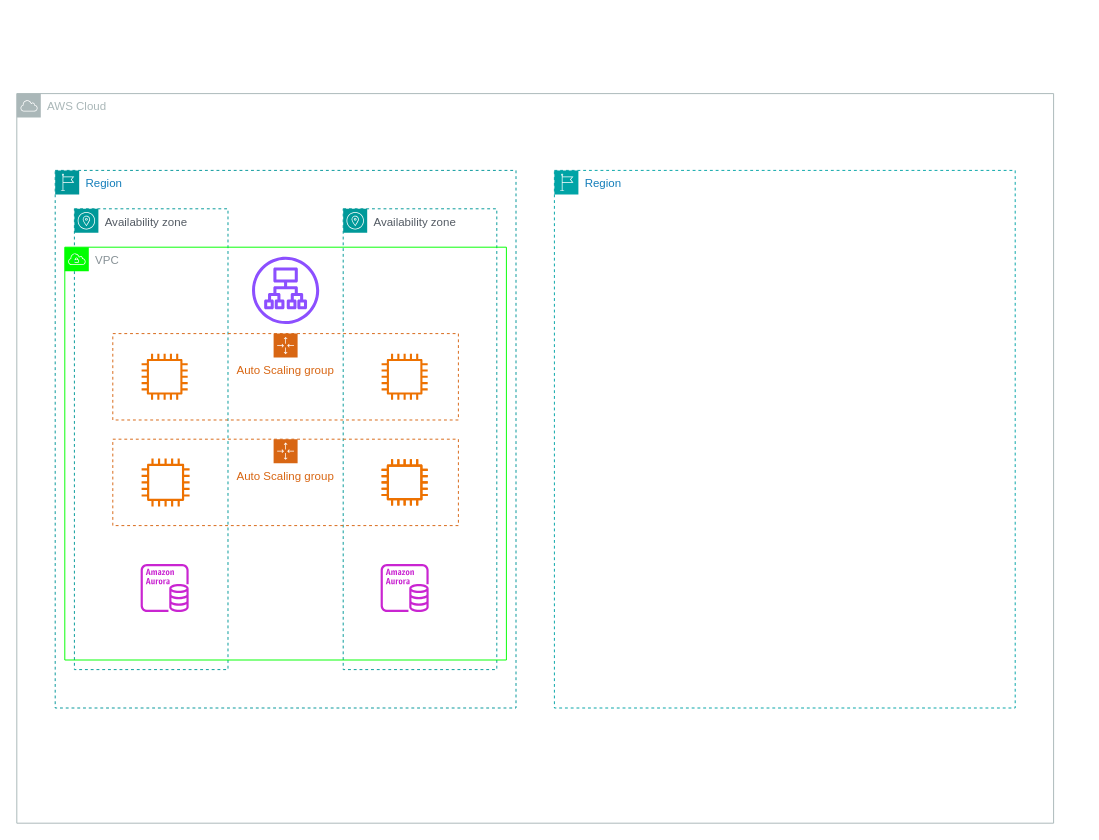
ehoang0106/multi-region-recovery-terraform keeps this draw.io diagram as new.drawio. Above is the earlier version. Source tidied: cells renumbered, new cells numbered last; positions are measured from the earlier drawing's top-left corner, leaving out a move shared by most shapes. Both pictures are drawn from the tidied source at 96%, with x=0, y=0 at pixel (16, 93).
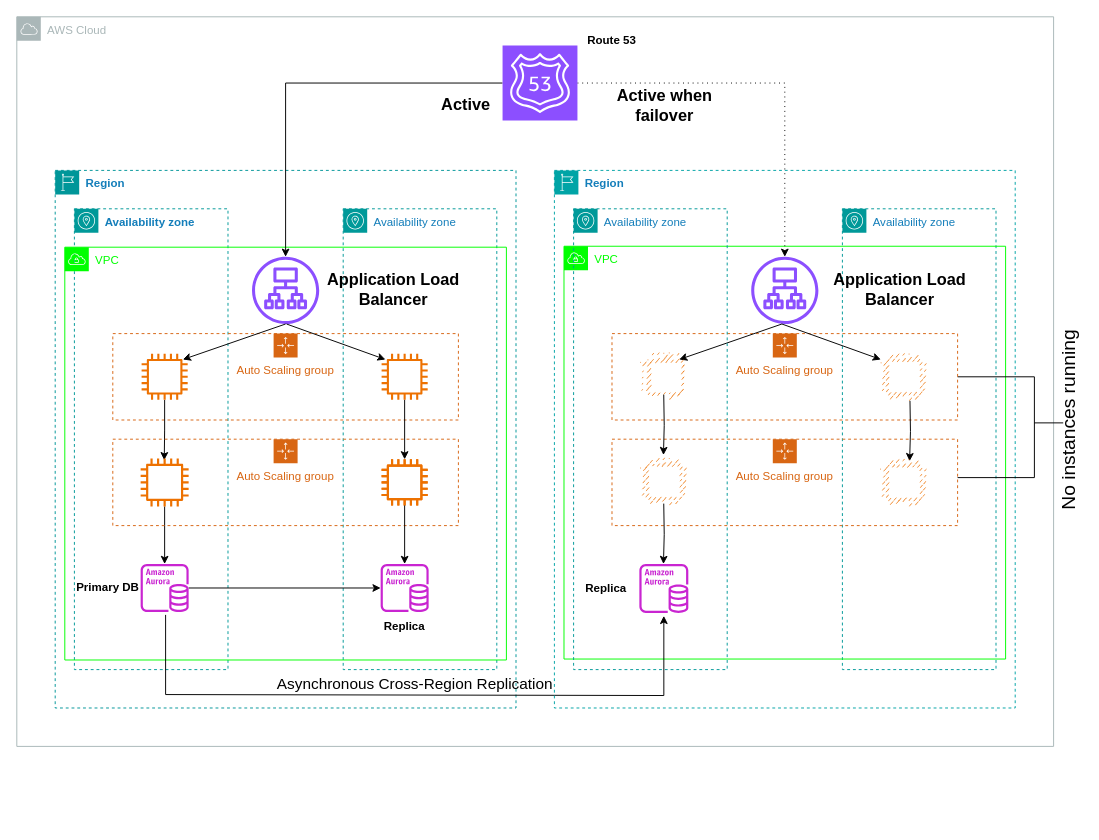
The same page after the edit.

Unchanged cells that the change refers to:
```xml
<mxCell id="7" style="sketch=0;outlineConnect=0;fontColor=#232F3E;gradientColor=none;fillColor=#8C4FFF;strokeColor=none;dashed=0;verticalLabelPosition=bottom;verticalAlign=top;align=center;html=1;fontSize=12;fontStyle=0;shape=mxgraph.aws4.application_load_balancer;" parent="3" vertex="1">
  <mxGeometry x="205" y="90" width="70" height="70" as="geometry" />
</mxCell>
<mxCell id="8" value="Auto Scaling group" style="gradientColor=none;html=1;whiteSpace=wrap;fontSize=12;fontStyle=0;shape=mxgraph.aws4.groupCenter;grIcon=mxgraph.aws4.group_auto_scaling_group;grStroke=1;strokeColor=#D86613;fillColor=none;verticalAlign=top;align=center;fontColor=#D86613;dashed=1;spacingTop=25;direction=east;movableLabel=1;" parent="3" vertex="1">
  <mxGeometry x="60" y="170" width="360" height="90" as="geometry" />
</mxCell>
<mxCell id="9" style="sketch=0;outlineConnect=0;fontColor=#232F3E;gradientColor=none;fillColor=#ED7100;strokeColor=none;dashed=0;verticalLabelPosition=bottom;verticalAlign=top;align=center;html=1;fontSize=12;fontStyle=0;shape=mxgraph.aws4.instance2;" parent="8" vertex="1">
  <mxGeometry x="280" y="21" width="48" height="48" as="geometry" />
</mxCell>
<mxCell id="10" style="sketch=0;outlineConnect=0;fontColor=#232F3E;gradientColor=none;fillColor=#ED7100;strokeColor=none;dashed=0;verticalLabelPosition=bottom;verticalAlign=top;align=center;html=1;fontSize=12;fontStyle=0;shape=mxgraph.aws4.instance2;" parent="3" vertex="1">
  <mxGeometry x="90" y="191" width="48" height="48" as="geometry" />
</mxCell>
<mxCell id="14" style="sketch=0;outlineConnect=0;fontColor=#232F3E;gradientColor=none;fillColor=#ED7100;strokeColor=none;dashed=0;verticalLabelPosition=bottom;verticalAlign=top;align=center;html=1;fontSize=12;fontStyle=0;shape=mxgraph.aws4.instance2;" parent="13" vertex="1">
  <mxGeometry x="280" y="21" width="48" height="48" as="geometry" />
</mxCell>
<mxCell id="15" style="sketch=0;outlineConnect=0;fontColor=#232F3E;gradientColor=none;fillColor=#C925D1;strokeColor=none;dashed=0;verticalLabelPosition=bottom;verticalAlign=top;align=center;html=1;fontSize=12;fontStyle=0;shape=mxgraph.aws4.aurora_instance;" parent="3" vertex="1">
  <mxGeometry x="89" y="410" width="50" height="50" as="geometry" />
</mxCell>
<mxCell id="16" style="sketch=0;outlineConnect=0;fontColor=#232F3E;gradientColor=none;fillColor=#C925D1;strokeColor=none;dashed=0;verticalLabelPosition=bottom;verticalAlign=top;align=center;html=1;fontSize=12;fontStyle=0;shape=mxgraph.aws4.aurora_instance;" parent="3" vertex="1">
  <mxGeometry x="339" y="410" width="50" height="50" as="geometry" />
</mxCell>
```

The edit, as a diff of the source:
```diff
@@
     <mxCell id="2" value="AWS Cloud" style="sketch=0;gradientColor=none;html=1;whiteSpace=wrap;fontSize=12;fontStyle=0;shape=mxgraph.aws4.group;grIcon=mxgraph.aws4.group_aws_cloud;strokeColor=#AAB7B8;fillColor=none;verticalAlign=top;align=left;spacingLeft=30;fontColor=#AAB7B8;dashed=0;" parent="1" vertex="1">
-      <mxGeometry width="1080" height="760" as="geometry" />
+      <mxGeometry y="-80" width="1080" height="760" as="geometry" />
     </mxCell>
-    <mxCell id="3" value="Region" style="gradientColor=none;html=1;whiteSpace=wrap;fontSize=12;fontStyle=0;shape=mxgraph.aws4.group;grIcon=mxgraph.aws4.group_region;strokeColor=light-dark(#009699, #0f9c9e);fillColor=none;verticalAlign=top;align=left;spacingLeft=30;fontColor=#147EBA;dashed=1;" parent="1" vertex="1">
+    <mxCell id="3" value="&lt;b&gt;Region&lt;/b&gt;" style="gradientColor=none;html=1;whiteSpace=wrap;fontSize=12;fontStyle=0;shape=mxgraph.aws4.group;grIcon=mxgraph.aws4.group_region;strokeColor=light-dark(#009699, #0f9c9e);fillColor=none;verticalAlign=top;align=left;spacingLeft=30;fontColor=#147EBA;dashed=1;" parent="1" vertex="1">
       <mxGeometry x="40" y="80" width="480" height="560" as="geometry" />
     </mxCell>
-    <mxCell id="4" value="Availability zone" style="sketch=0;gradientColor=none;html=1;whiteSpace=wrap;fontSize=12;fontStyle=0;shape=mxgraph.aws4.group;grIcon=mxgraph.aws4.group_availability_zone;strokeColor=#009999;fillColor=none;verticalAlign=top;align=left;spacingLeft=30;fontColor=#545B64;dashed=1;" parent="3" vertex="1">
+    <mxCell id="4" value="&lt;b&gt;&lt;font style=&quot;color: rgb(20, 126, 186);&quot;&gt;Availability zone&lt;/font&gt;&lt;/b&gt;" style="sketch=0;gradientColor=none;html=1;whiteSpace=wrap;fontSize=12;fontStyle=0;shape=mxgraph.aws4.group;grIcon=mxgraph.aws4.group_availability_zone;strokeColor=#009999;fillColor=none;verticalAlign=top;align=left;spacingLeft=30;fontColor=#545B64;dashed=1;" parent="3" vertex="1">
       <mxGeometry x="20" y="40" width="160" height="480" as="geometry" />
     </mxCell>
-    <mxCell id="5" value="Availability zone" style="sketch=0;gradientColor=none;html=1;whiteSpace=wrap;fontSize=12;fontStyle=0;shape=mxgraph.aws4.group;grIcon=mxgraph.aws4.group_availability_zone;strokeColor=#009999;fillColor=none;verticalAlign=top;align=left;spacingLeft=30;fontColor=#545B64;dashed=1;" parent="3" vertex="1">
+    <mxCell id="5" value="&lt;font style=&quot;color: rgb(20, 126, 186);&quot;&gt;Availability zone&lt;/font&gt;" style="sketch=0;gradientColor=none;html=1;whiteSpace=wrap;fontSize=12;fontStyle=0;shape=mxgraph.aws4.group;grIcon=mxgraph.aws4.group_availability_zone;strokeColor=#009999;fillColor=none;verticalAlign=top;align=left;spacingLeft=30;fontColor=#545B64;dashed=1;" parent="3" vertex="1">
       <mxGeometry x="300" y="40" width="160" height="480" as="geometry" />
     </mxCell>
-    <mxCell id="6" value="VPC" style="sketch=0;gradientColor=none;html=1;whiteSpace=wrap;fontSize=12;fontStyle=0;shape=mxgraph.aws4.group;grIcon=mxgraph.aws4.group_vpc;strokeColor=#00FF00;fillColor=none;verticalAlign=top;align=left;spacingLeft=30;fontColor=#879196;dashed=0;" parent="3" vertex="1">
+    <mxCell id="6" value="&lt;font style=&quot;color: rgb(0, 255, 0);&quot;&gt;VPC&lt;/font&gt;" style="sketch=0;gradientColor=none;html=1;whiteSpace=wrap;fontSize=12;fontStyle=0;shape=mxgraph.aws4.group;grIcon=mxgraph.aws4.group_vpc;strokeColor=#00FF00;fillColor=none;verticalAlign=top;align=left;spacingLeft=30;fontColor=#879196;dashed=0;" parent="3" vertex="1">
       <mxGeometry x="10" y="80" width="460" height="430" as="geometry" />
     </mxCell>
@@
+    <mxCell id="18" style="endArrow=none;html=1;rounded=0;startArrow=classic;startFill=1;" parent="8" edge="1">
+      <mxGeometry relative="1" as="geometry">
+        <mxPoint x="284" y="27" as="sourcePoint" />
+        <mxPoint x="181" y="-10" as="targetPoint" />
+      </mxGeometry>
+    </mxCell>
+    <mxCell id="19" style="edgeStyle=orthogonalEdgeStyle;rounded=0;jettySize=auto;html=1;" parent="3" edge="1" source="10">
+      <mxGeometry relative="1" as="geometry">
+        <mxPoint x="113.6" y="301.9" as="targetPoint" />
+      </mxGeometry>
+    </mxCell>
@@
+    <mxCell id="20" style="edgeStyle=orthogonalEdgeStyle;rounded=0;jettySize=auto;html=1;" parent="3" edge="1" source="11" target="15">
+      <mxGeometry relative="1" as="geometry" />
+    </mxCell>
     <mxCell id="11" style="sketch=0;outlineConnect=0;fontColor=#232F3E;gradientColor=none;fillColor=#ED7100;strokeColor=none;dashed=0;verticalLabelPosition=bottom;verticalAlign=top;align=center;html=1;fontSize=12;fontStyle=0;shape=mxgraph.aws4.instance2;" parent="3" vertex="1">
-      <mxGeometry x="90" y="300" width="50" height="50" as="geometry" />
+      <mxGeometry x="89" y="300" width="50" height="50" as="geometry" />
     </mxCell>
@@
+    <mxCell id="21" style="edgeStyle=orthogonalEdgeStyle;rounded=0;jettySize=auto;html=1;" parent="3" edge="1" source="15" target="16">
+      <mxGeometry relative="1" as="geometry" />
+    </mxCell>
@@
+    <mxCell id="22" style="endArrow=none;html=1;rounded=0;startArrow=classic;startFill=1;" parent="3" edge="1">
+      <mxGeometry relative="1" as="geometry">
+        <mxPoint x="133" y="197" as="sourcePoint" />
+        <mxPoint x="240" y="160" as="targetPoint" />
+      </mxGeometry>
+    </mxCell>
+    <mxCell id="23" style="edgeStyle=orthogonalEdgeStyle;rounded=0;jettySize=auto;html=1;" parent="3" edge="1" source="9" target="14">
+      <mxGeometry relative="1" as="geometry" />
+    </mxCell>
+    <mxCell id="24" style="edgeStyle=orthogonalEdgeStyle;rounded=0;jettySize=auto;html=1;" parent="3" edge="1" source="14" target="16">
+      <mxGeometry relative="1" as="geometry" />
+    </mxCell>
+    <mxCell id="25" value="&lt;b&gt;Application Load Balancer&lt;/b&gt;" style="text;html=1;align=center;verticalAlign=middle;whiteSpace=wrap;rounded=0;fontSize=17;" parent="3" vertex="1">
+      <mxGeometry x="275" y="110" width="155" height="30" as="geometry" />
+    </mxCell>
+    <mxCell id="26" value="&lt;b&gt;Primary DB&lt;/b&gt;" style="text;html=1;align=center;verticalAlign=middle;whiteSpace=wrap;rounded=0;" parent="3" vertex="1">
+      <mxGeometry x="20" y="420" width="70" height="30" as="geometry" />
+    </mxCell>
+    <mxCell id="27" value="&lt;b&gt;Replica&lt;/b&gt;" style="text;html=1;align=center;verticalAlign=middle;whiteSpace=wrap;rounded=0;" parent="3" vertex="1">
+      <mxGeometry x="329" y="460" width="70" height="30" as="geometry" />
+    </mxCell>
+    <mxCell id="28" style="endArrow=none;html=1;rounded=0;" parent="3" edge="1">
+      <mxGeometry relative="1" as="geometry">
+        <mxPoint x="115" y="546" as="sourcePoint" />
+        <mxPoint x="115" y="463" as="targetPoint" />
+      </mxGeometry>
+    </mxCell>
+    <mxCell id="29" style="endArrow=none;html=1;rounded=0;" parent="3" edge="1">
+      <mxGeometry relative="1" as="geometry">
+        <mxPoint x="115" y="546" as="sourcePoint" />
+        <mxPoint x="634" y="547" as="targetPoint" />
+      </mxGeometry>
+    </mxCell>
-    <mxCell id="17" value="Region" style="gradientColor=none;html=1;whiteSpace=wrap;fontSize=12;fontStyle=0;shape=mxgraph.aws4.group;grIcon=mxgraph.aws4.group_region;strokeColor=#00A4A6;fillColor=none;verticalAlign=top;align=left;spacingLeft=30;fontColor=#147EBA;dashed=1;" parent="1" vertex="1">
+    <mxCell id="17" value="&lt;b&gt;Region&lt;/b&gt;" style="gradientColor=none;html=1;whiteSpace=wrap;fontSize=12;fontStyle=0;shape=mxgraph.aws4.group;grIcon=mxgraph.aws4.group_region;strokeColor=#00A4A6;fillColor=none;verticalAlign=top;align=left;spacingLeft=30;fontColor=#147EBA;dashed=1;" parent="1" vertex="1">
       <mxGeometry x="560" y="80" width="480" height="560" as="geometry" />
     </mxCell>
+    <mxCell id="30" value="&lt;font style=&quot;color: rgb(20, 126, 186);&quot;&gt;Availability zone&lt;/font&gt;" style="sketch=0;gradientColor=none;html=1;whiteSpace=wrap;fontSize=12;fontStyle=0;shape=mxgraph.aws4.group;grIcon=mxgraph.aws4.group_availability_zone;strokeColor=#009999;fillColor=none;verticalAlign=top;align=left;spacingLeft=30;fontColor=#545B64;dashed=1;" parent="17" vertex="1">
+      <mxGeometry x="300" y="40" width="160" height="480" as="geometry" />
+    </mxCell>
+    <mxCell id="31" value="&lt;font style=&quot;color: rgb(0, 255, 0);&quot;&gt;VPC&lt;/font&gt;" style="sketch=0;gradientColor=none;html=1;whiteSpace=wrap;fontSize=12;fontStyle=0;shape=mxgraph.aws4.group;grIcon=mxgraph.aws4.group_vpc;strokeColor=#00FF00;fillColor=none;verticalAlign=top;align=left;spacingLeft=30;fontColor=#879196;dashed=0;" parent="17" vertex="1">
+      <mxGeometry x="10" y="79" width="460" height="430" as="geometry" />
+    </mxCell>
+    <mxCell id="32" style="sketch=0;outlineConnect=0;fontColor=#232F3E;gradientColor=none;fillColor=#8C4FFF;strokeColor=none;dashed=0;verticalLabelPosition=bottom;verticalAlign=top;align=center;html=1;fontSize=12;fontStyle=0;shape=mxgraph.aws4.application_load_balancer;" parent="17" vertex="1">
+      <mxGeometry x="205" y="90" width="70" height="70" as="geometry" />
+    </mxCell>
+    <mxCell id="33" style="edgeStyle=orthogonalEdgeStyle;rounded=0;jettySize=auto;html=1;endArrow=none;startFill=0;" parent="17" edge="1" source="34">
+      <mxGeometry relative="1" as="geometry">
+        <mxPoint x="500" y="215" as="targetPoint" />
+      </mxGeometry>
+    </mxCell>
+    <mxCell id="34" value="Auto Scaling group" style="points=[[0,0],[0.25,0],[0.5,0],[0.75,0],[1,0],[1,0.25],[1,0.5],[1,0.75],[1,1],[0.75,1],[0.5,1],[0.25,1],[0,1],[0,0.75],[0,0.5],[0,0.25]];outlineConnect=0;gradientColor=none;html=1;whiteSpace=wrap;fontSize=12;fontStyle=0;shape=mxgraph.aws4.groupCenter;grIcon=mxgraph.aws4.group_auto_scaling_group;grStroke=1;strokeColor=#D86613;fillColor=none;verticalAlign=top;align=center;fontColor=#D86613;dashed=1;spacingTop=25;direction=east;movableLabel=1;" parent="17" vertex="1">
+      <mxGeometry x="60" y="170" width="360" height="90" as="geometry" />
+    </mxCell>
+    <mxCell id="35" style="endArrow=none;html=1;rounded=0;startArrow=classic;startFill=1;" parent="34" edge="1">
+      <mxGeometry relative="1" as="geometry">
+        <mxPoint x="70" y="27" as="sourcePoint" />
+        <mxPoint x="177" y="-10" as="targetPoint" />
+      </mxGeometry>
+    </mxCell>
+    <mxCell id="36" style="endArrow=none;html=1;rounded=0;startArrow=classic;startFill=1;" parent="34" edge="1">
+      <mxGeometry relative="1" as="geometry">
+        <mxPoint x="280" y="27" as="sourcePoint" />
+        <mxPoint x="177" y="-10" as="targetPoint" />
+      </mxGeometry>
+    </mxCell>
+    <mxCell id="37" style="edgeStyle=orthogonalEdgeStyle;rounded=0;orthogonalLoop=1;jettySize=auto;html=1;" parent="34" edge="1">
+      <mxGeometry relative="1" as="geometry">
+        <mxPoint x="310.4" y="70" as="sourcePoint" />
+        <mxPoint x="310" y="132.9" as="targetPoint" />
+      </mxGeometry>
+    </mxCell>
+    <mxCell id="38" style="fontColor=#232F3E;gradientColor=none;fillColor=#ED7100;strokeColor=none;dashed=0;verticalLabelPosition=bottom;verticalAlign=top;align=center;html=1;fontSize=12;fontStyle=0;shape=mxgraph.aws4.instance2;sketch=1;curveFitting=1;jiggle=2;shadow=0;" parent="17" vertex="1">
+      <mxGeometry x="340" y="191" width="48" height="48" as="geometry" />
+    </mxCell>
+    <mxCell id="39" value="Auto Scaling group" style="gradientColor=none;html=1;whiteSpace=wrap;fontSize=12;fontStyle=0;shape=mxgraph.aws4.groupCenter;grIcon=mxgraph.aws4.group_auto_scaling_group;grStroke=1;strokeColor=#D86613;fillColor=none;verticalAlign=top;align=center;fontColor=#D86613;dashed=1;spacingTop=25;direction=east;movableLabel=1;" parent="17" vertex="1">
+      <mxGeometry x="60" y="280" width="360" height="90" as="geometry" />
+    </mxCell>
+    <mxCell id="40" style="fontColor=#232F3E;gradientColor=none;fillColor=#ED7100;strokeColor=none;dashed=0;verticalLabelPosition=bottom;verticalAlign=top;align=center;html=1;fontSize=12;fontStyle=0;shape=mxgraph.aws4.instance2;sketch=1;curveFitting=1;jiggle=2;shadow=0;" parent="17" vertex="1">
+      <mxGeometry x="340" y="301" width="48" height="48" as="geometry" />
+    </mxCell>
+    <mxCell id="41" style="fontColor=#232F3E;gradientColor=none;fillColor=#ED7100;strokeColor=none;dashed=0;verticalLabelPosition=bottom;verticalAlign=top;align=center;html=1;fontSize=12;fontStyle=0;shape=mxgraph.aws4.instance2;sketch=1;curveFitting=1;jiggle=2;shadow=0;" parent="17" vertex="1">
+      <mxGeometry x="90" y="300" width="48" height="48" as="geometry" />
+    </mxCell>
+    <mxCell id="42" value="&lt;b&gt;Application Load Balancer&lt;/b&gt;" style="text;html=1;align=center;verticalAlign=middle;whiteSpace=wrap;rounded=0;fontSize=17;" parent="17" vertex="1">
+      <mxGeometry x="270" y="110" width="180" height="30" as="geometry" />
+    </mxCell>
+    <mxCell id="43" value="&lt;font style=&quot;color: rgb(20, 126, 186);&quot;&gt;Availability zone&lt;/font&gt;" style="sketch=0;gradientColor=none;html=1;whiteSpace=wrap;fontSize=12;fontStyle=0;shape=mxgraph.aws4.group;grIcon=mxgraph.aws4.group_availability_zone;strokeColor=#009999;fillColor=none;verticalAlign=top;align=left;spacingLeft=30;fontColor=#545B64;dashed=1;" parent="1" vertex="1">
+      <mxGeometry x="580" y="120" width="160" height="480" as="geometry" />
+    </mxCell>
+    <mxCell id="44" style="fontColor=#232F3E;gradientColor=none;fillColor=#ED7100;strokeColor=none;dashed=0;verticalLabelPosition=bottom;verticalAlign=top;align=center;html=1;fontSize=12;fontStyle=0;shape=mxgraph.aws4.instance2;sketch=1;curveFitting=1;jiggle=2;shadow=0;" parent="1" vertex="1">
+      <mxGeometry x="650" y="270" width="48" height="48" as="geometry" />
+    </mxCell>
+    <mxCell id="45" style="sketch=0;fontColor=#232F3E;gradientColor=none;fillColor=#C925D1;strokeColor=none;dashed=0;verticalLabelPosition=bottom;verticalAlign=top;align=center;html=1;fontSize=12;fontStyle=0;shape=mxgraph.aws4.aurora_instance;" parent="1" vertex="1">
+      <mxGeometry x="648.5" y="490" width="51" height="51" as="geometry" />
+    </mxCell>
+    <mxCell id="46" style="edgeStyle=orthogonalEdgeStyle;rounded=0;jettySize=auto;html=1;" parent="1" edge="1" source="48" target="7">
+      <mxGeometry relative="1" as="geometry">
+        <Array as="points">
+          <mxPoint x="280" y="-11" />
+        </Array>
+      </mxGeometry>
+    </mxCell>
+    <mxCell id="47" style="edgeStyle=orthogonalEdgeStyle;rounded=0;jettySize=auto;html=1;dashed=1;dashPattern=1 4;" parent="1" edge="1" source="48" target="32">
+      <mxGeometry relative="1" as="geometry" />
+    </mxCell>
+    <mxCell id="48" style="sketch=0;points=[[0,0,0],[0.25,0,0],[0.5,0,0],[0.75,0,0],[1,0,0],[0,1,0],[0.25,1,0],[0.5,1,0],[0.75,1,0],[1,1,0],[0,0.25,0],[0,0.5,0],[0,0.75,0],[1,0.25,0],[1,0.5,0],[1,0.75,0]];outlineConnect=0;fontColor=#232F3E;fillColor=#8C4FFF;strokeColor=#ffffff;dashed=0;verticalLabelPosition=bottom;verticalAlign=top;align=center;html=1;fontSize=12;fontStyle=0;shape=mxgraph.aws4.resourceIcon;resIcon=mxgraph.aws4.route_53;" parent="1" vertex="1">
+      <mxGeometry x="506" y="-50" width="78" height="78" as="geometry" />
+    </mxCell>
+    <mxCell id="49" style="endArrow=classic;html=1;rounded=0;endFill=1;" parent="1" edge="1">
+      <mxGeometry relative="1" as="geometry">
+        <mxPoint x="674" y="627" as="sourcePoint" />
+        <mxPoint x="674" y="544" as="targetPoint" />
+      </mxGeometry>
+    </mxCell>
+    <mxCell id="50" value="Asynchronous Cross-Region Replication" style="text;html=1;align=center;verticalAlign=middle;whiteSpace=wrap;rounded=0;fontSize=16;" parent="1" vertex="1">
+      <mxGeometry x="250" y="600" width="330" height="30" as="geometry" />
+    </mxCell>
+    <mxCell id="51" value="&lt;b&gt;Replica&lt;/b&gt;" style="text;html=1;align=center;verticalAlign=middle;whiteSpace=wrap;rounded=0;" parent="1" vertex="1">
+      <mxGeometry x="578.5" y="500.5" width="70" height="30" as="geometry" />
+    </mxCell>
+    <mxCell id="52" style="edgeStyle=orthogonalEdgeStyle;rounded=0;orthogonalLoop=1;jettySize=auto;html=1;endArrow=none;startFill=0;" parent="1" edge="1">
+      <mxGeometry relative="1" as="geometry">
+        <mxPoint x="980" y="400" as="sourcePoint" />
+        <mxPoint x="1060" y="400" as="targetPoint" />
+      </mxGeometry>
+    </mxCell>
+    <mxCell id="53" style="endArrow=none;html=1;rounded=0;" parent="1" edge="1">
+      <mxGeometry relative="1" as="geometry">
+        <mxPoint x="1060" y="400" as="sourcePoint" />
+        <mxPoint x="1060" y="295" as="targetPoint" />
+      </mxGeometry>
+    </mxCell>
+    <mxCell id="54" style="endArrow=none;html=1;rounded=0;" parent="1" edge="1">
+      <mxGeometry relative="1" as="geometry">
+        <mxPoint x="1060" y="343" as="sourcePoint" />
+        <mxPoint x="1090" y="343" as="targetPoint" />
+      </mxGeometry>
+    </mxCell>
+    <mxCell id="55" value="&lt;font style=&quot;font-size: 20px;&quot;&gt;No instances running&lt;/font&gt;" style="text;html=1;align=center;verticalAlign=middle;whiteSpace=wrap;rounded=0;labelPosition=center;verticalLabelPosition=middle;horizontal=0;" parent="1" vertex="1">
+      <mxGeometry x="1080" y="200" width="30" height="280" as="geometry" />
+    </mxCell>
+    <mxCell id="56" value="&lt;b&gt;Active&lt;/b&gt;" style="text;html=1;align=center;verticalAlign=middle;whiteSpace=wrap;rounded=0;strokeWidth=2;fontSize=17;" parent="1" vertex="1">
+      <mxGeometry x="430" y="-2" width="76" height="30" as="geometry" />
+    </mxCell>
+    <mxCell id="57" value="&lt;b&gt;Active when failover&lt;/b&gt;" style="text;html=1;align=center;verticalAlign=middle;whiteSpace=wrap;rounded=0;fontSize=17;" parent="1" vertex="1">
+      <mxGeometry x="600" y="-2" width="150" height="30" as="geometry" />
+    </mxCell>
+    <mxCell id="58" value="&lt;b&gt;Route 53&lt;/b&gt;" style="text;html=1;align=center;verticalAlign=middle;whiteSpace=wrap;rounded=0;" parent="1" vertex="1">
+      <mxGeometry x="590" y="-70" width="60" height="30" as="geometry" />
+    </mxCell>
+    <mxCell id="59" style="edgeStyle=orthogonalEdgeStyle;rounded=0;orthogonalLoop=1;jettySize=auto;html=1;" parent="1" edge="1">
+      <mxGeometry relative="1" as="geometry">
+        <mxPoint x="673.9" y="313.6" as="sourcePoint" />
+        <mxPoint x="673.6" y="376.5" as="targetPoint" />
+      </mxGeometry>
+    </mxCell>
+    <mxCell id="60" style="edgeStyle=orthogonalEdgeStyle;rounded=0;orthogonalLoop=1;jettySize=auto;html=1;" parent="1" edge="1">
+      <mxGeometry relative="1" as="geometry">
+        <mxPoint x="673.9" y="427.1" as="sourcePoint" />
+        <mxPoint x="673.6" y="490" as="targetPoint" />
+      </mxGeometry>
+    </mxCell>
```
